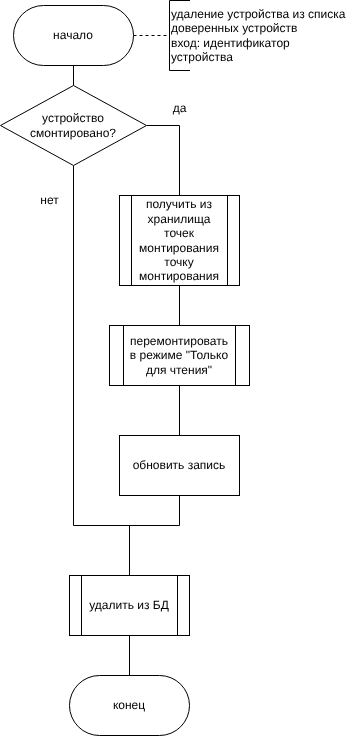
Earlier version of the draw.io export Notes/report/inc/img/delete_from_white_list_algo.drawio.png (pitsmit/Diploma_IU7_2026). Source tidied: cells renumbered, new cells last; positions are measured from the earlier drawing's top-left corner, leaving out a move shared by most shapes.
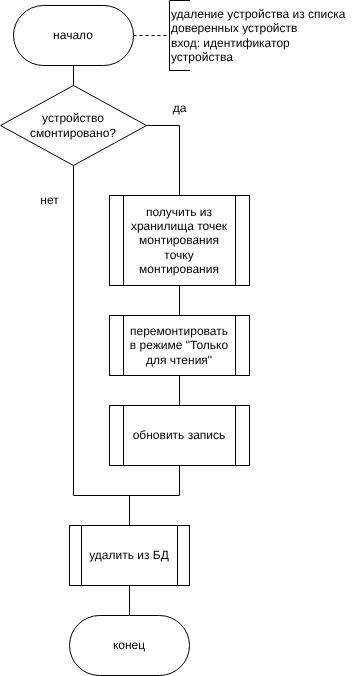
Above is the later version.

Change to the diagram source:
```diff
@@ -9,7 +9,7 @@
       <mxGeometry x="13" y="5" width="120" height="60" as="geometry" />
     </mxCell>
     <mxCell id="4" value="конец" style="rounded=1;whiteSpace=wrap;html=1;arcSize=50;" parent="1" vertex="1">
-      <mxGeometry x="69" y="675" width="120" height="60" as="geometry" />
+      <mxGeometry x="69" y="615" width="120" height="60" as="geometry" />
     </mxCell>
     <mxCell id="5" style="edgeStyle=none;html=1;exitX=1;exitY=0.5;exitDx=0;exitDy=0;entryX=0.5;entryY=0;entryDx=0;entryDy=0;rounded=0;curved=0;endArrow=none;endFill=0;" parent="1" edge="1" source="7" target="9">
       <mxGeometry relative="1" as="geometry">
@@ -21,8 +21,8 @@
     <mxCell id="6" style="edgeStyle=none;html=1;exitX=0.5;exitY=1;exitDx=0;exitDy=0;entryX=0.5;entryY=1;entryDx=0;entryDy=0;rounded=0;curved=0;endArrow=none;endFill=0;" parent="1" edge="1" source="7" target="17">
       <mxGeometry relative="1" as="geometry">
         <Array as="points">
-          <mxPoint x="73" y="525" />
-          <mxPoint x="179" y="525" />
+          <mxPoint x="73" y="495" />
+          <mxPoint x="179" y="495" />
         </Array>
       </mxGeometry>
     </mxCell>
@@ -33,7 +33,7 @@
       <mxGeometry relative="1" as="geometry" />
     </mxCell>
     <mxCell id="9" value="получить из хранилища точек монтирования точку монтирования" style="shape=process;whiteSpace=wrap;html=1;backgroundOutline=1;" parent="1" vertex="1">
-      <mxGeometry x="119" y="195" width="120" height="90" as="geometry" />
+      <mxGeometry x="109" y="195" width="140" height="90" as="geometry" />
     </mxCell>
     <mxCell id="10" value="да" style="text;html=1;align=center;verticalAlign=middle;strokeColor=none;fillColor=none;" parent="1" vertex="1">
       <mxGeometry x="159" y="93" width="40" height="30" as="geometry" />
@@ -45,22 +45,19 @@
       <mxGeometry relative="1" as="geometry" />
     </mxCell>
     <mxCell id="13" value="перемонтировать&lt;div&gt;&lt;font style=&quot;color: rgb(0, 0, 0);&quot;&gt;в режиме &quot;Только для чтения&quot;&lt;/font&gt;&lt;/div&gt;" style="shape=process;whiteSpace=wrap;html=1;backgroundOutline=1;" parent="1" vertex="1">
-      <mxGeometry x="109" y="325" width="140" height="60" as="geometry" />
+      <mxGeometry x="109" y="315" width="140" height="60" as="geometry" />
     </mxCell>
     <mxCell id="14" style="edgeStyle=none;html=1;entryX=0.5;entryY=0;entryDx=0;entryDy=0;endArrow=none;endFill=0;" parent="1" edge="1" source="16" target="4">
       <mxGeometry relative="1" as="geometry" />
     </mxCell>
     <mxCell id="15" style="edgeStyle=none;html=1;endArrow=none;endFill=0;startArrow=none;startFill=0;" parent="1" edge="1" source="16">
       <mxGeometry relative="1" as="geometry">
-        <mxPoint x="129" y="525" as="targetPoint" />
+        <mxPoint x="129" y="495" as="targetPoint" />
       </mxGeometry>
     </mxCell>
     <mxCell id="16" value="удалить из БД" style="shape=process;whiteSpace=wrap;html=1;backgroundOutline=1;" parent="1" vertex="1">
-      <mxGeometry x="69" y="575" width="120" height="60" as="geometry" />
+      <mxGeometry x="69" y="525" width="120" height="60" as="geometry" />
     </mxCell>
-    <mxCell id="17" value="обновить запись" style="rounded=0;whiteSpace=wrap;html=1;" parent="1" vertex="1">
-      <mxGeometry x="119" y="435" width="120" height="60" as="geometry" />
-    </mxCell>
     <mxCell id="18" style="edgeStyle=none;html=1;entryX=0.5;entryY=1;entryDx=0;entryDy=0;dashed=1;endArrow=none;endFill=0;exitX=1;exitY=0.5;exitDx=0;exitDy=0;" parent="1" edge="1" source="3" target="19">
       <mxGeometry relative="1" as="geometry" />
     </mxCell>
@@ -70,5 +67,8 @@
     <mxCell id="20" value="&lt;font style=&quot;scrollbar-color: rgb(226, 226, 226) rgb(251, 251, 251); color: rgb(0, 0, 0);&quot;&gt;удаление устройства из списка доверенных устройств&lt;/font&gt;&lt;div style=&quot;color: rgb(63, 63, 63); scrollbar-color: rgb(226, 226, 226) rgb(251, 251, 251);&quot;&gt;&lt;font style=&quot;scrollbar-color: rgb(226, 226, 226) rgb(251, 251, 251); color: rgb(0, 0, 0);&quot;&gt;вход: идентификатор устройства&lt;/font&gt;&lt;/div&gt;" style="text;whiteSpace=wrap;html=1;align=left;" parent="1" vertex="1">
       <mxGeometry x="169" width="184" height="70" as="geometry" />
     </mxCell>
+    <mxCell id="17" value="&lt;span style=&quot;color: rgb(0, 0, 0);&quot;&gt;обновить запись&lt;/span&gt;" style="shape=process;whiteSpace=wrap;html=1;backgroundOutline=1;" parent="1" vertex="1">
+      <mxGeometry x="109" y="405" width="140" height="60" as="geometry" />
+    </mxCell>
   </root>
 </mxGraphModel>
```
